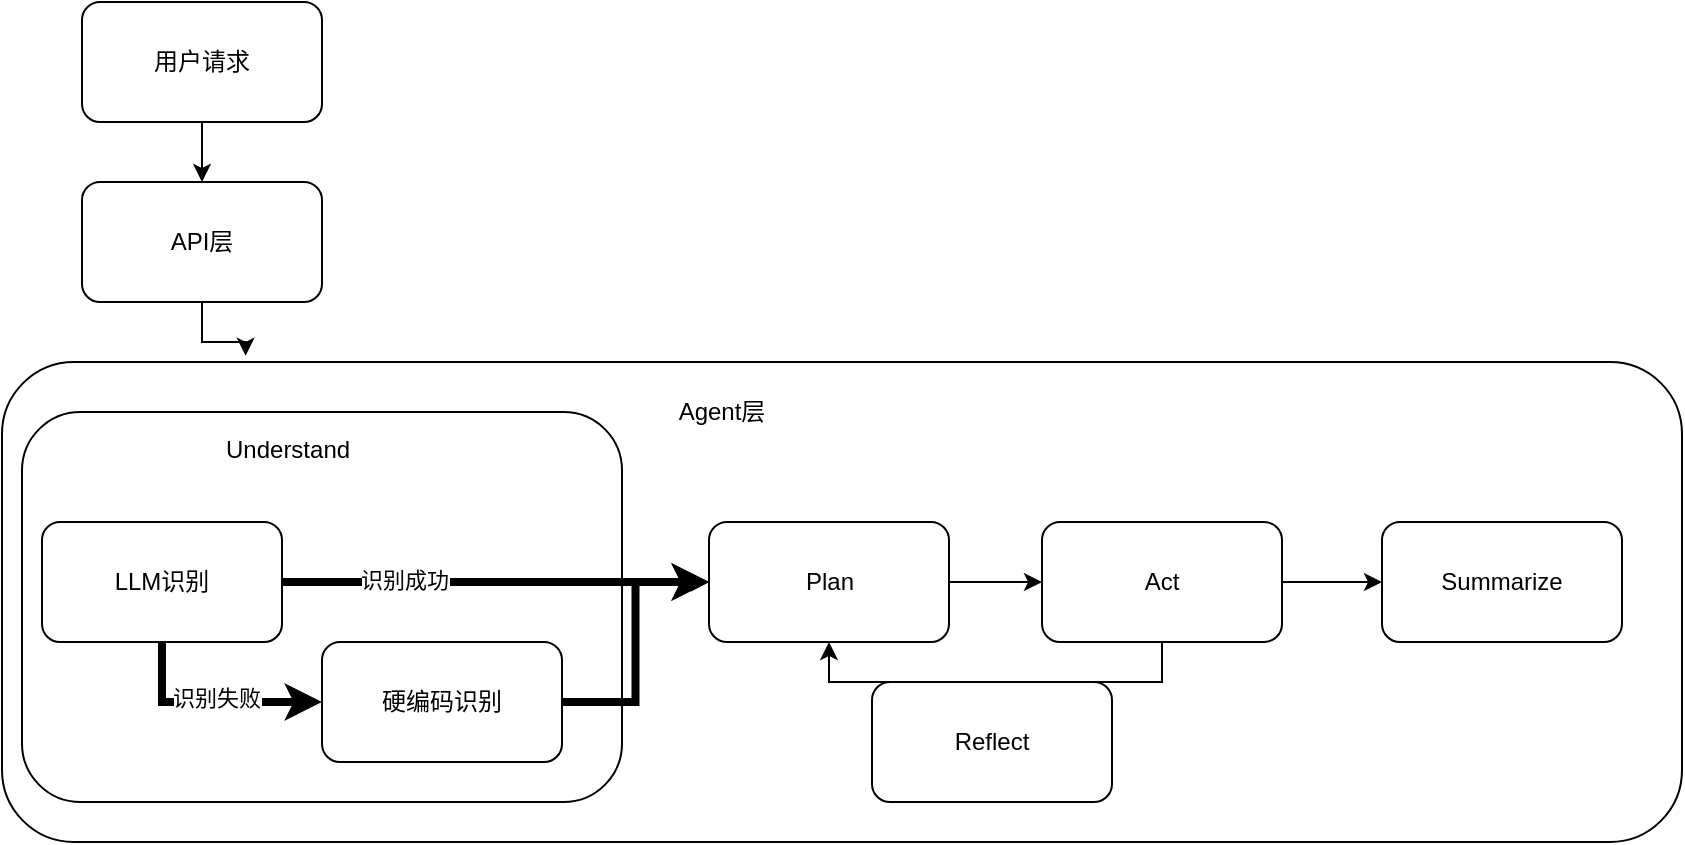
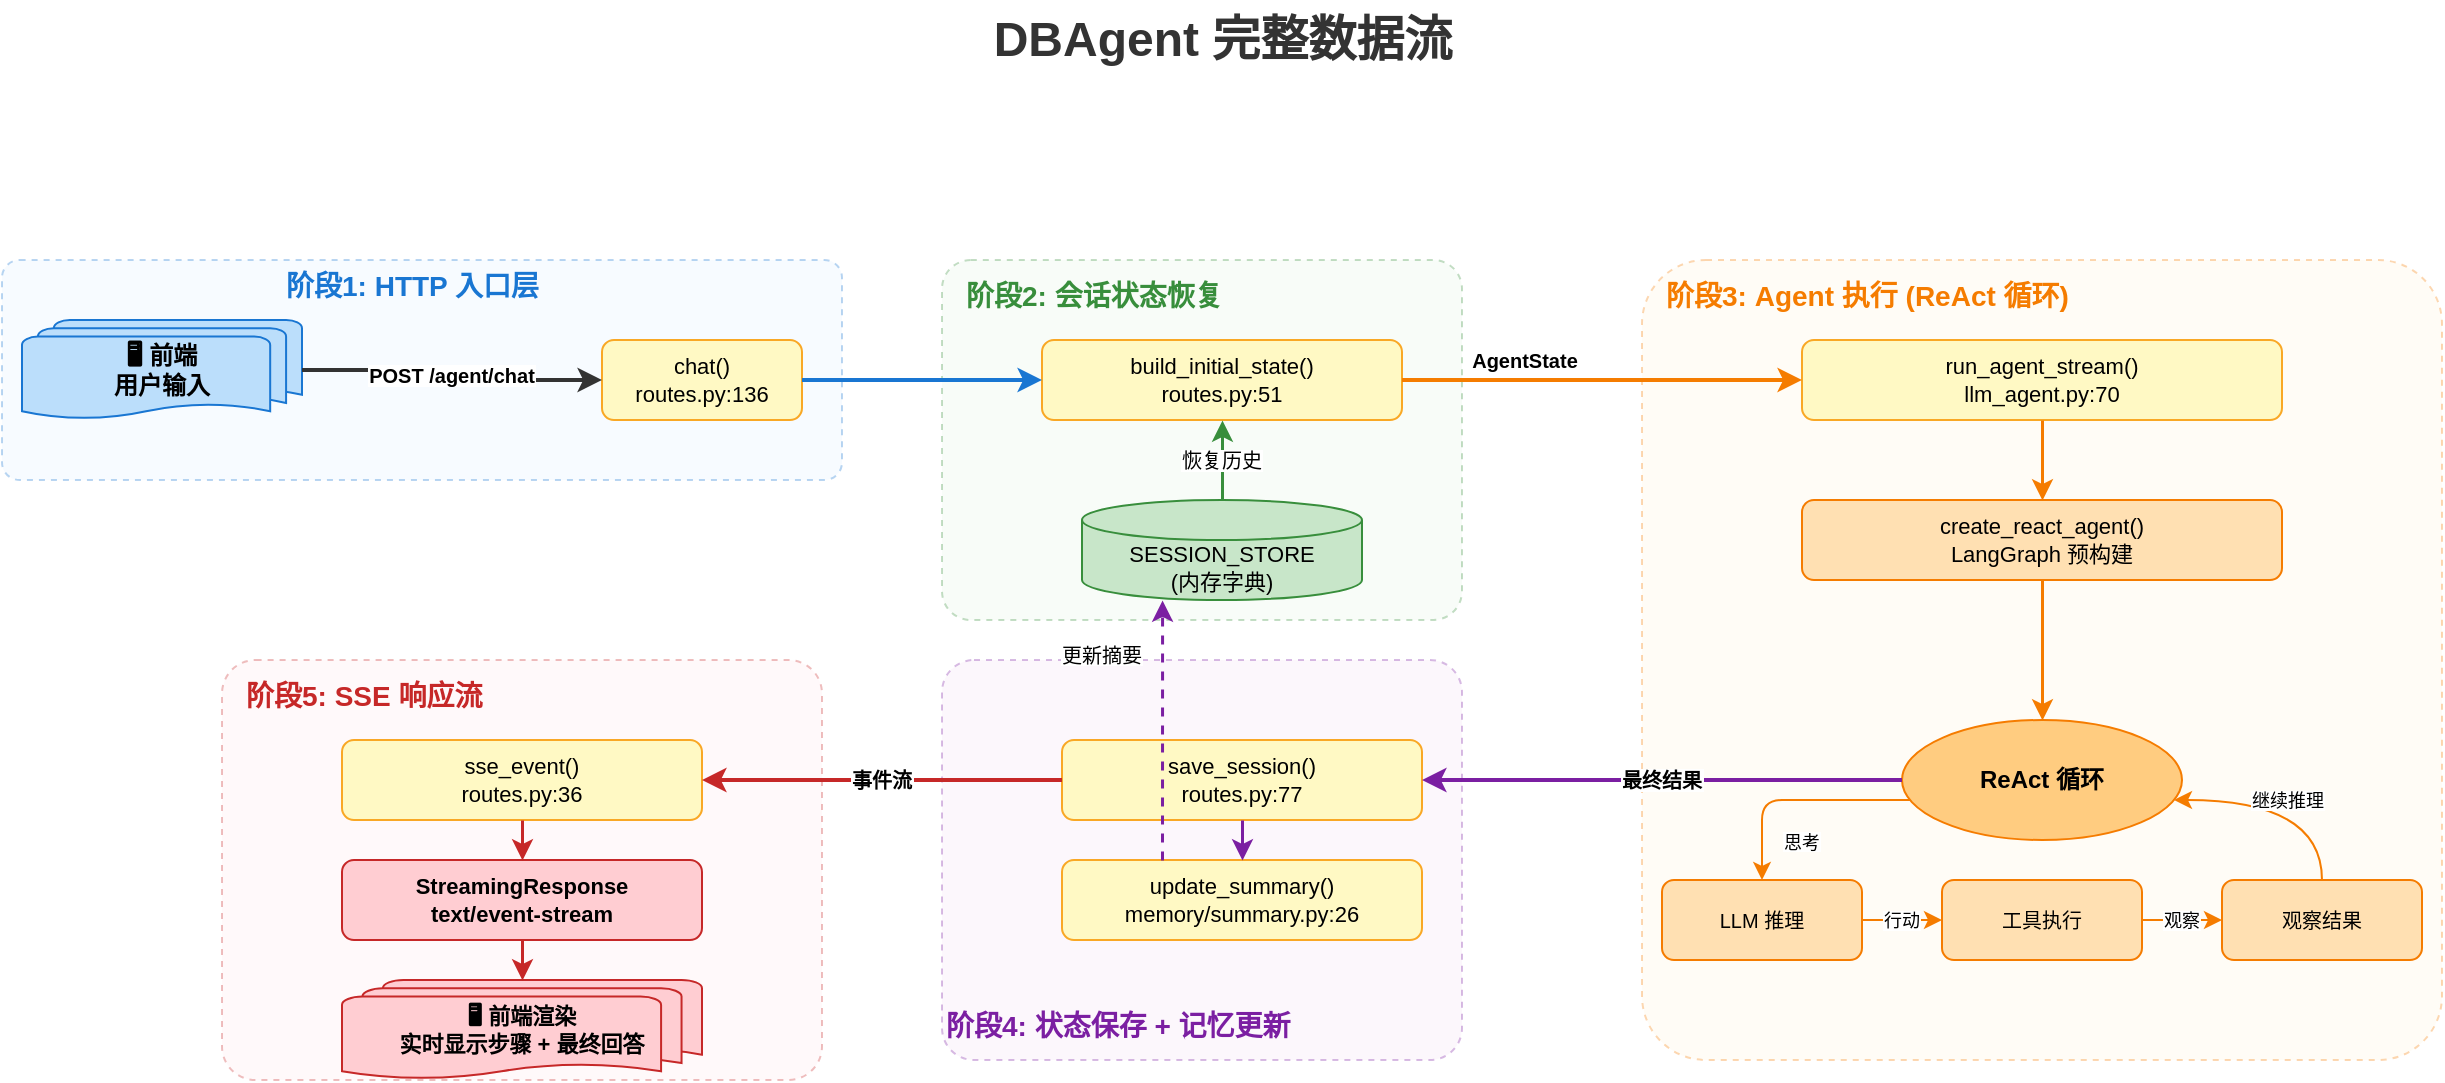
<mxfile host="app.diagrams.net">
-   <diagram name="第 1 页" id="H6JlxIUHCNBtKZqss2UB">
-     <mxGraphModel dx="778" dy="418" grid="1" gridSize="10" guides="1" tooltips="1" connect="1" arrows="1" fold="1" page="1" pageScale="1" pageWidth="827" pageHeight="1169" math="0" shadow="0">
+   <diagram name="完整数据流" id="WLIX8wIwwmN_k-X6AwpM">
+     <mxGraphModel dx="1643" dy="832" grid="1" gridSize="10" guides="1" tooltips="1" connect="1" arrows="1" fold="1" page="1" pageScale="1" pageWidth="827" pageHeight="1169" math="0" shadow="0">
      <root>
        <mxCell id="0" />
        <mxCell id="1" parent="0" />
-         <mxCell id="SyIwuzaPGdhAVYT1nrHr-15" edge="1" parent="1" source="SyIwuzaPGdhAVYT1nrHr-1" style="edgeStyle=orthogonalEdgeStyle;rounded=0;orthogonalLoop=1;jettySize=auto;html=1;" target="SyIwuzaPGdhAVYT1nrHr-2" value="">
+         <mxCell id="ugdA2ht3BSJliA19ZTvJ-3" parent="1" style="text;html=1;fontSize=24;fontStyle=1;align=center;verticalAlign=middle;fillColor=none;strokeColor=none;fontColor=#333333;" value="DBAgent 完整数据流" vertex="1">
+           <mxGeometry height="40" width="400" x="640" y="310" as="geometry" />
+         </mxCell>
+         <mxCell id="ugdA2ht3BSJliA19ZTvJ-4" parent="1" style="rounded=1;whiteSpace=wrap;html=1;fillColor=#E3F2FD;strokeColor=#1976D2;dashed=1;arcSize=8;opacity=30;" value="" vertex="1">
+           <mxGeometry height="110" width="420" x="230" y="440" as="geometry" />
+         </mxCell>
+         <mxCell id="ugdA2ht3BSJliA19ZTvJ-5" parent="1" style="text;html=1;fontSize=14;fontStyle=1;align=left;verticalAlign=middle;fillColor=none;strokeColor=none;fontColor=#1976D2;" value="阶段1: HTTP 入口层" vertex="1">
+           <mxGeometry height="25" width="200" x="370" y="440" as="geometry" />
+         </mxCell>
+         <mxCell id="ugdA2ht3BSJliA19ZTvJ-6" parent="1" style="shape=mxgraph.flowchart.multi-document;fillColor=#BBDEFB;strokeColor=#1976D2;fontSize=12;fontStyle=1;align=center;verticalAlign=middle;whiteSpace=wrap;" value="🖥️ 前端&#xa;用户输入" vertex="1">
+           <mxGeometry height="50" width="140" x="240" y="470" as="geometry" />
+         </mxCell>
+         <mxCell id="ugdA2ht3BSJliA19ZTvJ-7" parent="1" style="rounded=1;whiteSpace=wrap;html=1;fillColor=#FFF9C4;strokeColor=#F9A825;fontSize=11;align=center;verticalAlign=middle;" value="chat()&#xa;routes.py:136" vertex="1">
+           <mxGeometry height="40" width="100" x="530" y="480" as="geometry" />
+         </mxCell>
+         <mxCell id="ugdA2ht3BSJliA19ZTvJ-8" parent="1" style="rounded=1;whiteSpace=wrap;html=1;fillColor=#E8F5E9;strokeColor=#388E3C;dashed=1;arcSize=8;opacity=30;" value="" vertex="1">
+           <mxGeometry height="180" width="260" x="700" y="440" as="geometry" />
+         </mxCell>
+         <mxCell id="ugdA2ht3BSJliA19ZTvJ-9" parent="1" style="text;html=1;fontSize=14;fontStyle=1;align=left;verticalAlign=middle;fillColor=none;strokeColor=none;fontColor=#388E3C;" value="阶段2: 会话状态恢复" vertex="1">
+           <mxGeometry height="25" width="200" x="710" y="445" as="geometry" />
+         </mxCell>
+         <mxCell id="ugdA2ht3BSJliA19ZTvJ-10" parent="1" style="shape=cylinder3;fillColor=#C8E6C9;strokeColor=#388E3C;fontSize=11;align=center;verticalAlign=middle;whiteSpace=wrap;boundedLbl=1;size=10;" value="SESSION_STORE&#xa;(内存字典)" vertex="1">
+           <mxGeometry height="50" width="140" x="770" y="560" as="geometry" />
+         </mxCell>
+         <mxCell id="ugdA2ht3BSJliA19ZTvJ-11" parent="1" style="rounded=1;whiteSpace=wrap;html=1;fillColor=#FFF9C4;strokeColor=#F9A825;fontSize=11;align=center;verticalAlign=middle;" value="build_initial_state()&#xa;routes.py:51" vertex="1">
+           <mxGeometry height="40" width="180" x="750" y="480" as="geometry" />
+         </mxCell>
+         <mxCell id="ugdA2ht3BSJliA19ZTvJ-12" parent="1" style="rounded=1;whiteSpace=wrap;html=1;fillColor=#FFF3E0;strokeColor=#F57C00;dashed=1;arcSize=8;opacity=30;" value="" vertex="1">
+           <mxGeometry height="400" width="400" x="1050" y="440" as="geometry" />
+         </mxCell>
+         <mxCell id="ugdA2ht3BSJliA19ZTvJ-13" parent="1" style="text;html=1;fontSize=14;fontStyle=1;align=left;verticalAlign=middle;fillColor=none;strokeColor=none;fontColor=#F57C00;" value="阶段3: Agent 执行 (ReAct 循环)" vertex="1">
+           <mxGeometry height="25" width="300" x="1060" y="445" as="geometry" />
+         </mxCell>
+         <mxCell id="ugdA2ht3BSJliA19ZTvJ-14" parent="1" style="rounded=1;whiteSpace=wrap;html=1;fillColor=#FFF9C4;strokeColor=#F9A825;fontSize=11;align=center;verticalAlign=middle;" value="run_agent_stream()&#xa;llm_agent.py:70" vertex="1">
+           <mxGeometry height="40" width="240" x="1130" y="480" as="geometry" />
+         </mxCell>
+         <mxCell id="ugdA2ht3BSJliA19ZTvJ-15" parent="1" style="rounded=1;whiteSpace=wrap;html=1;fillColor=#FFE0B2;strokeColor=#F57C00;fontSize=11;align=center;verticalAlign=middle;" value="create_react_agent()&#xa;LangGraph 预构建" vertex="1">
+           <mxGeometry height="40" width="240" x="1130" y="560" as="geometry" />
+         </mxCell>
+         <mxCell id="ugdA2ht3BSJliA19ZTvJ-16" parent="1" style="ellipse;fillColor=#FFCC80;strokeColor=#F57C00;fontSize=12;fontStyle=1;align=center;verticalAlign=middle;whiteSpace=wrap;" value="ReAct 循环" vertex="1">
+           <mxGeometry height="60" width="140" x="1180" y="670" as="geometry" />
+         </mxCell>
+         <mxCell id="ugdA2ht3BSJliA19ZTvJ-17" parent="1" style="rounded=1;whiteSpace=wrap;html=1;fillColor=#FFE0B2;strokeColor=#F57C00;fontSize=10;align=center;verticalAlign=middle;" value="LLM 推理" vertex="1">
+           <mxGeometry height="40" width="100" x="1060" y="750" as="geometry" />
+         </mxCell>
+         <mxCell id="ugdA2ht3BSJliA19ZTvJ-18" parent="1" style="rounded=1;whiteSpace=wrap;html=1;fillColor=#FFE0B2;strokeColor=#F57C00;fontSize=10;align=center;verticalAlign=middle;" value="工具执行" vertex="1">
+           <mxGeometry height="40" width="100" x="1200" y="750" as="geometry" />
+         </mxCell>
+         <mxCell id="ugdA2ht3BSJliA19ZTvJ-19" parent="1" style="rounded=1;whiteSpace=wrap;html=1;fillColor=#FFE0B2;strokeColor=#F57C00;fontSize=10;align=center;verticalAlign=middle;" value="观察结果" vertex="1">
+           <mxGeometry height="40" width="100" x="1340" y="750" as="geometry" />
+         </mxCell>
+         <mxCell id="ugdA2ht3BSJliA19ZTvJ-20" parent="1" style="rounded=1;whiteSpace=wrap;html=1;fillColor=#F3E5F5;strokeColor=#7B1FA2;dashed=1;arcSize=8;opacity=30;" value="" vertex="1">
+           <mxGeometry height="200" width="260" x="700" y="640" as="geometry" />
+         </mxCell>
+         <mxCell id="ugdA2ht3BSJliA19ZTvJ-21" parent="1" style="text;html=1;fontSize=14;fontStyle=1;align=left;verticalAlign=middle;fillColor=none;strokeColor=none;fontColor=#7B1FA2;" value="阶段4: 状态保存 + 记忆更新" vertex="1">
+           <mxGeometry height="25" width="250" x="700" y="810" as="geometry" />
+         </mxCell>
+         <mxCell id="ugdA2ht3BSJliA19ZTvJ-22" parent="1" style="rounded=1;whiteSpace=wrap;html=1;fillColor=#FFF9C4;strokeColor=#F9A825;fontSize=11;align=center;verticalAlign=middle;" value="save_session()&#xa;routes.py:77" vertex="1">
+           <mxGeometry height="40" width="180" x="760" y="680" as="geometry" />
+         </mxCell>
+         <mxCell id="ugdA2ht3BSJliA19ZTvJ-23" parent="1" style="rounded=1;whiteSpace=wrap;html=1;fillColor=#FFF9C4;strokeColor=#F9A825;fontSize=11;align=center;verticalAlign=middle;" value="update_summary()&#xa;memory/summary.py:26" vertex="1">
+           <mxGeometry height="40" width="180" x="760" y="740" as="geometry" />
+         </mxCell>
+         <mxCell id="ugdA2ht3BSJliA19ZTvJ-24" parent="1" style="rounded=1;whiteSpace=wrap;html=1;fillColor=#FFEBEE;strokeColor=#C62828;dashed=1;arcSize=8;opacity=30;" value="" vertex="1">
+           <mxGeometry height="210" width="300" x="340" y="640" as="geometry" />
+         </mxCell>
+         <mxCell id="ugdA2ht3BSJliA19ZTvJ-25" parent="1" style="text;html=1;fontSize=14;fontStyle=1;align=left;verticalAlign=middle;fillColor=none;strokeColor=none;fontColor=#C62828;" value="阶段5: SSE 响应流" vertex="1">
+           <mxGeometry height="25" width="200" x="350" y="645" as="geometry" />
+         </mxCell>
+         <mxCell id="ugdA2ht3BSJliA19ZTvJ-26" parent="1" style="rounded=1;whiteSpace=wrap;html=1;fillColor=#FFF9C4;strokeColor=#F9A825;fontSize=11;align=center;verticalAlign=middle;" value="sse_event()&#xa;routes.py:36" vertex="1">
+           <mxGeometry height="40" width="180" x="400" y="680" as="geometry" />
+         </mxCell>
+         <mxCell id="ugdA2ht3BSJliA19ZTvJ-27" parent="1" style="rounded=1;whiteSpace=wrap;html=1;fillColor=#FFCDD2;strokeColor=#C62828;fontSize=11;fontStyle=1;align=center;verticalAlign=middle;" value="StreamingResponse&#xa;text/event-stream" vertex="1">
+           <mxGeometry height="40" width="180" x="400" y="740" as="geometry" />
+         </mxCell>
+         <mxCell id="ugdA2ht3BSJliA19ZTvJ-28" parent="1" style="shape=mxgraph.flowchart.multi-document;fillColor=#FFCDD2;strokeColor=#C62828;fontSize=11;fontStyle=1;align=center;verticalAlign=middle;whiteSpace=wrap;" value="🖥️ 前端渲染&#xa;实时显示步骤 + 最终回答" vertex="1">
+           <mxGeometry height="50" width="180" x="400" y="800" as="geometry" />
+         </mxCell>
+         <mxCell id="ugdA2ht3BSJliA19ZTvJ-29" edge="1" parent="1" source="ugdA2ht3BSJliA19ZTvJ-6" style="edgeStyle=orthogonalEdgeStyle;rounded=1;strokeColor=#333333;strokeWidth=2;fontSize=10;fontStyle=1;labelBackgroundColor=#FFFFFF;" target="ugdA2ht3BSJliA19ZTvJ-7" value="POST /agent/chat">
          <mxGeometry relative="1" as="geometry" />
        </mxCell>
-         <mxCell id="SyIwuzaPGdhAVYT1nrHr-1" parent="1" style="rounded=1;whiteSpace=wrap;html=1;" value="用户请求" vertex="1">
-           <mxGeometry height="60" width="120" x="130" y="20" as="geometry" />
-         </mxCell>
-         <mxCell id="SyIwuzaPGdhAVYT1nrHr-2" parent="1" style="rounded=1;whiteSpace=wrap;html=1;" value="API层" vertex="1">
-           <mxGeometry height="60" width="120" x="130" y="110" as="geometry" />
-         </mxCell>
-         <mxCell id="SyIwuzaPGdhAVYT1nrHr-3" parent="1" style="rounded=1;whiteSpace=wrap;html=1;" value="" vertex="1">
-           <mxGeometry height="240" width="840" x="90" y="200" as="geometry" />
-         </mxCell>
-         <mxCell id="SyIwuzaPGdhAVYT1nrHr-12" edge="1" parent="1" style="edgeStyle=orthogonalEdgeStyle;rounded=0;orthogonalLoop=1;jettySize=auto;html=1;" target="SyIwuzaPGdhAVYT1nrHr-6" value="">
-           <mxGeometry relative="1" as="geometry">
-             <mxPoint x="400" y="310" as="sourcePoint" />
-           </mxGeometry>
-         </mxCell>
-         <mxCell id="SyIwuzaPGdhAVYT1nrHr-4" parent="1" style="rounded=1;whiteSpace=wrap;html=1;" value="" vertex="1">
-           <mxGeometry height="195" width="300" x="100" y="225" as="geometry" />
-         </mxCell>
-         <mxCell id="SyIwuzaPGdhAVYT1nrHr-5" parent="1" style="text;html=1;whiteSpace=wrap;strokeColor=none;fillColor=none;align=center;verticalAlign=middle;rounded=0;" value="Agent层" vertex="1">
-           <mxGeometry height="30" width="60" x="420" y="210" as="geometry" />
-         </mxCell>
-         <mxCell id="SyIwuzaPGdhAVYT1nrHr-13" edge="1" parent="1" source="SyIwuzaPGdhAVYT1nrHr-6" style="edgeStyle=orthogonalEdgeStyle;rounded=0;orthogonalLoop=1;jettySize=auto;html=1;" target="SyIwuzaPGdhAVYT1nrHr-7" value="">
+         <mxCell id="ugdA2ht3BSJliA19ZTvJ-30" edge="1" parent="1" source="ugdA2ht3BSJliA19ZTvJ-7" style="edgeStyle=orthogonalEdgeStyle;rounded=1;strokeColor=#1976D2;strokeWidth=2;fontSize=10;" target="ugdA2ht3BSJliA19ZTvJ-11">
          <mxGeometry relative="1" as="geometry" />
        </mxCell>
-         <mxCell id="SyIwuzaPGdhAVYT1nrHr-6" parent="1" style="rounded=1;whiteSpace=wrap;html=1;" value="Plan" vertex="1">
-           <mxGeometry height="60" width="120" x="443.5" y="280" as="geometry" />
+         <mxCell id="ugdA2ht3BSJliA19ZTvJ-31" edge="1" parent="1" source="ugdA2ht3BSJliA19ZTvJ-10" style="edgeStyle=orthogonalEdgeStyle;rounded=1;strokeColor=#388E3C;strokeWidth=1.5;fontSize=10;labelBackgroundColor=#FFFFFF;" target="ugdA2ht3BSJliA19ZTvJ-11" value="恢复历史">
+           <mxGeometry relative="1" as="geometry" />
        </mxCell>
-         <mxCell id="SyIwuzaPGdhAVYT1nrHr-9" edge="1" parent="1" source="SyIwuzaPGdhAVYT1nrHr-7" style="edgeStyle=orthogonalEdgeStyle;rounded=0;orthogonalLoop=1;jettySize=auto;html=1;entryX=0.5;entryY=1;entryDx=0;entryDy=0;" target="SyIwuzaPGdhAVYT1nrHr-6">
-           <mxGeometry relative="1" as="geometry">
+         <mxCell id="ugdA2ht3BSJliA19ZTvJ-32" edge="1" parent="1" source="ugdA2ht3BSJliA19ZTvJ-11" style="edgeStyle=orthogonalEdgeStyle;rounded=1;strokeColor=#F57C00;strokeWidth=2;fontSize=10;fontStyle=1;labelBackgroundColor=#FFFFFF;" target="ugdA2ht3BSJliA19ZTvJ-14" value="AgentState">
+           <mxGeometry relative="1" x="-0.3847" y="10" as="geometry">
+             <mxPoint as="offset" />
            <Array as="points">
-               <mxPoint x="670" y="360" />
-               <mxPoint x="504" y="360" />
+               <mxPoint x="1160" y="500" />
+               <mxPoint x="1160" y="500" />
            </Array>
          </mxGeometry>
        </mxCell>
-         <mxCell id="SyIwuzaPGdhAVYT1nrHr-14" edge="1" parent="1" source="SyIwuzaPGdhAVYT1nrHr-7" style="edgeStyle=orthogonalEdgeStyle;rounded=0;orthogonalLoop=1;jettySize=auto;html=1;" target="SyIwuzaPGdhAVYT1nrHr-8" value="">
+         <mxCell id="ugdA2ht3BSJliA19ZTvJ-33" edge="1" parent="1" source="ugdA2ht3BSJliA19ZTvJ-14" style="edgeStyle=orthogonalEdgeStyle;rounded=1;strokeColor=#F57C00;strokeWidth=1.5;fontSize=10;" target="ugdA2ht3BSJliA19ZTvJ-15">
          <mxGeometry relative="1" as="geometry" />
        </mxCell>
-         <mxCell id="SyIwuzaPGdhAVYT1nrHr-7" parent="1" style="rounded=1;whiteSpace=wrap;html=1;" value="Act" vertex="1">
-           <mxGeometry height="60" width="120" x="610" y="280" as="geometry" />
-         </mxCell>
-         <mxCell id="SyIwuzaPGdhAVYT1nrHr-8" parent="1" style="rounded=1;whiteSpace=wrap;html=1;" value="Summarize" vertex="1">
-           <mxGeometry height="60" width="120" x="780" y="280" as="geometry" />
-         </mxCell>
-         <mxCell id="SyIwuzaPGdhAVYT1nrHr-11" parent="1" style="rounded=1;whiteSpace=wrap;html=1;" value="Reflect" vertex="1">
-           <mxGeometry height="60" width="120" x="525" y="360" as="geometry" />
-         </mxCell>
-         <mxCell id="SyIwuzaPGdhAVYT1nrHr-17" edge="1" parent="1" source="SyIwuzaPGdhAVYT1nrHr-2" style="edgeStyle=orthogonalEdgeStyle;rounded=0;orthogonalLoop=1;jettySize=auto;html=1;entryX=0.145;entryY=-0.013;entryDx=0;entryDy=0;entryPerimeter=0;" target="SyIwuzaPGdhAVYT1nrHr-3">
+         <mxCell id="ugdA2ht3BSJliA19ZTvJ-34" edge="1" parent="1" source="ugdA2ht3BSJliA19ZTvJ-15" style="edgeStyle=orthogonalEdgeStyle;rounded=1;strokeColor=#F57C00;strokeWidth=1.5;fontSize=10;" target="ugdA2ht3BSJliA19ZTvJ-16">
          <mxGeometry relative="1" as="geometry" />
        </mxCell>
-         <mxCell id="SyIwuzaPGdhAVYT1nrHr-18" parent="1" style="text;whiteSpace=wrap;html=1;" value="&lt;span style=&quot;color: rgb(0, 0, 0); font-family: Helvetica; font-size: 12px; font-style: normal; font-variant-ligatures: normal; font-variant-caps: normal; font-weight: 400; letter-spacing: normal; orphans: 2; text-align: center; text-indent: 0px; text-transform: none; widows: 2; word-spacing: 0px; -webkit-text-stroke-width: 0px; white-space: normal; text-decoration-thickness: initial; text-decoration-style: initial; text-decoration-color: initial; float: none; display: inline !important;&quot;&gt;Understand&lt;/span&gt;" vertex="1">
-           <mxGeometry height="40" width="100" x="200" y="230" as="geometry" />
+         <mxCell id="ugdA2ht3BSJliA19ZTvJ-35" edge="1" parent="1" source="ugdA2ht3BSJliA19ZTvJ-16" style="edgeStyle=orthogonalEdgeStyle;rounded=1;strokeColor=#F57C00;strokeWidth=1;fontSize=9;labelBackgroundColor=#FFFFFF;" target="ugdA2ht3BSJliA19ZTvJ-17" value="思考">
+           <mxGeometry relative="1" x="0.6666" y="20" as="geometry">
+             <mxPoint as="offset" />
+             <Array as="points">
+               <mxPoint x="1110" y="710" />
+             </Array>
+           </mxGeometry>
        </mxCell>
-         <mxCell id="SyIwuzaPGdhAVYT1nrHr-21" edge="1" parent="1" source="SyIwuzaPGdhAVYT1nrHr-19" style="edgeStyle=orthogonalEdgeStyle;rounded=0;orthogonalLoop=1;jettySize=auto;html=1;strokeWidth=4;" target="SyIwuzaPGdhAVYT1nrHr-6">
+         <mxCell id="ugdA2ht3BSJliA19ZTvJ-36" edge="1" parent="1" source="ugdA2ht3BSJliA19ZTvJ-17" style="edgeStyle=orthogonalEdgeStyle;rounded=1;strokeColor=#F57C00;strokeWidth=1;fontSize=9;labelBackgroundColor=#FFFFFF;" target="ugdA2ht3BSJliA19ZTvJ-18" value="行动">
          <mxGeometry relative="1" as="geometry" />
        </mxCell>
-         <mxCell id="SyIwuzaPGdhAVYT1nrHr-27" connectable="0" parent="SyIwuzaPGdhAVYT1nrHr-21" style="edgeLabel;html=1;align=center;verticalAlign=middle;resizable=0;points=[];" value="识别成功" vertex="1">
-           <mxGeometry relative="1" x="-0.4348" as="geometry">
-             <mxPoint y="-1" as="offset" />
+         <mxCell id="ugdA2ht3BSJliA19ZTvJ-37" edge="1" parent="1" source="ugdA2ht3BSJliA19ZTvJ-18" style="edgeStyle=orthogonalEdgeStyle;rounded=1;strokeColor=#F57C00;strokeWidth=1;fontSize=9;labelBackgroundColor=#FFFFFF;" target="ugdA2ht3BSJliA19ZTvJ-19" value="观察">
+           <mxGeometry relative="1" as="geometry" />
+         </mxCell>
+         <mxCell id="ugdA2ht3BSJliA19ZTvJ-38" edge="1" parent="1" source="ugdA2ht3BSJliA19ZTvJ-19" style="edgeStyle=orthogonalEdgeStyle;rounded=1;strokeColor=#F57C00;strokeWidth=1;fontSize=9;labelBackgroundColor=#FFFFFF;curved=1;" target="ugdA2ht3BSJliA19ZTvJ-16" value="继续推理">
+           <mxGeometry relative="1" as="geometry">
+             <Array as="points">
+               <mxPoint x="1390" y="710" />
+             </Array>
          </mxGeometry>
        </mxCell>
-         <mxCell id="SyIwuzaPGdhAVYT1nrHr-19" parent="1" style="rounded=1;whiteSpace=wrap;html=1;" value="LLM识别" vertex="1">
-           <mxGeometry height="60" width="120" x="110" y="280" as="geometry" />
-         </mxCell>
-         <mxCell id="SyIwuzaPGdhAVYT1nrHr-22" edge="1" parent="1" source="SyIwuzaPGdhAVYT1nrHr-20" style="edgeStyle=orthogonalEdgeStyle;rounded=0;orthogonalLoop=1;jettySize=auto;html=1;entryX=0;entryY=0.5;entryDx=0;entryDy=0;strokeWidth=4;" target="SyIwuzaPGdhAVYT1nrHr-6">
+         <mxCell id="ugdA2ht3BSJliA19ZTvJ-39" edge="1" parent="1" source="ugdA2ht3BSJliA19ZTvJ-16" style="edgeStyle=orthogonalEdgeStyle;rounded=1;strokeColor=#7B1FA2;strokeWidth=2;fontSize=10;fontStyle=1;labelBackgroundColor=#FFFFFF;" target="ugdA2ht3BSJliA19ZTvJ-22" value="最终结果">
          <mxGeometry relative="1" as="geometry" />
        </mxCell>
-         <mxCell id="SyIwuzaPGdhAVYT1nrHr-20" parent="1" style="rounded=1;whiteSpace=wrap;html=1;" value="硬编码识别" vertex="1">
-           <mxGeometry height="60" width="120" x="250" y="340" as="geometry" />
+         <mxCell id="ugdA2ht3BSJliA19ZTvJ-40" edge="1" parent="1" source="ugdA2ht3BSJliA19ZTvJ-22" style="edgeStyle=orthogonalEdgeStyle;rounded=1;strokeColor=#7B1FA2;strokeWidth=1.5;fontSize=10;" target="ugdA2ht3BSJliA19ZTvJ-23">
+           <mxGeometry relative="1" as="geometry" />
        </mxCell>
-         <mxCell id="SyIwuzaPGdhAVYT1nrHr-25" edge="1" parent="1" source="SyIwuzaPGdhAVYT1nrHr-19" style="endArrow=classic;html=1;rounded=0;entryX=0;entryY=0.5;entryDx=0;entryDy=0;exitX=0.5;exitY=1;exitDx=0;exitDy=0;strokeWidth=4;" target="SyIwuzaPGdhAVYT1nrHr-20" value="">
-           <mxGeometry height="50" relative="1" width="50" as="geometry">
+         <mxCell id="ugdA2ht3BSJliA19ZTvJ-41" edge="1" parent="1" style="edgeStyle=orthogonalEdgeStyle;rounded=1;strokeColor=#7B1FA2;strokeWidth=1.5;fontSize=10;labelBackgroundColor=#FFFFFF;dashed=1;" value="更新摘要">
+           <mxGeometry relative="1" x="0.5789" y="30" as="geometry">
+             <mxPoint as="offset" />
            <Array as="points">
-               <mxPoint x="170" y="370" />
+               <mxPoint x="810" y="740" />
            </Array>
-             <mxPoint x="140" y="410" as="sourcePoint" />
-             <mxPoint x="190" y="360" as="targetPoint" />
+             <mxPoint x="810" y="740" as="sourcePoint" />
+             <mxPoint x="810.04" y="610" as="targetPoint" />
          </mxGeometry>
        </mxCell>
-         <mxCell id="SyIwuzaPGdhAVYT1nrHr-26" connectable="0" parent="SyIwuzaPGdhAVYT1nrHr-25" style="edgeLabel;html=1;align=center;verticalAlign=middle;resizable=0;points=[];" value="识别失败" vertex="1">
-           <mxGeometry relative="1" x="0.0364" y="2" as="geometry">
-             <mxPoint as="offset" />
-           </mxGeometry>
+         <mxCell id="ugdA2ht3BSJliA19ZTvJ-42" edge="1" parent="1" source="ugdA2ht3BSJliA19ZTvJ-22" style="edgeStyle=orthogonalEdgeStyle;rounded=1;strokeColor=#C62828;strokeWidth=2;fontSize=10;fontStyle=1;labelBackgroundColor=#FFFFFF;" target="ugdA2ht3BSJliA19ZTvJ-26" value="事件流">
+           <mxGeometry relative="1" as="geometry" />
+         </mxCell>
+         <mxCell id="ugdA2ht3BSJliA19ZTvJ-43" edge="1" parent="1" source="ugdA2ht3BSJliA19ZTvJ-26" style="edgeStyle=orthogonalEdgeStyle;rounded=1;strokeColor=#C62828;strokeWidth=1.5;fontSize=10;" target="ugdA2ht3BSJliA19ZTvJ-27">
+           <mxGeometry relative="1" as="geometry" />
+         </mxCell>
+         <mxCell id="ugdA2ht3BSJliA19ZTvJ-44" edge="1" parent="1" source="ugdA2ht3BSJliA19ZTvJ-27" style="edgeStyle=orthogonalEdgeStyle;rounded=1;strokeColor=#C62828;strokeWidth=1.5;fontSize=10;" target="ugdA2ht3BSJliA19ZTvJ-28">
+           <mxGeometry relative="1" as="geometry" />
        </mxCell>
      </root>
    </mxGraphModel>
  </diagram>
</mxfile>
